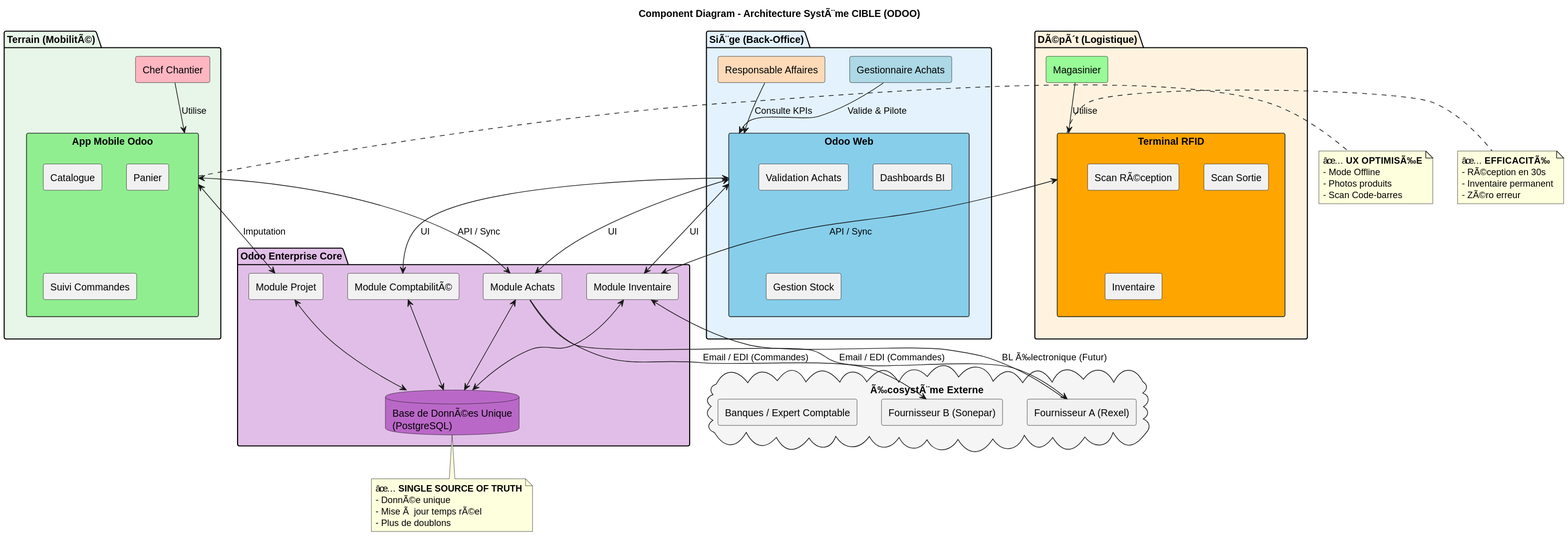
The PlantUML diagram Dossier_Travail/Services/Achats-Logistique/uml/svg/Component_Architecture_CIBLE.svg in JordanSerafini/Audit_Duret, before a commit. Source of this version:
```plantuml
@startuml
title Component Diagram - Architecture SystÃ¨me CIBLE (ODOO)

skinparam componentStyle rectangle

package "Terrain (MobilitÃ©)" #E8F5E9 {
  [Chef Chantier] as Marc #FFB6C1
  component "App Mobile Odoo" as AppMobile #90EE90 {
    [Catalogue]
    [Panier]
    [Suivi Commandes]
  }

  Marc --> AppMobile : Utilise
}

package "DÃ©pÃ´t (Logistique)" #FFF3E0 {
  [Magasinier] as Eric #98FB98
  component "Terminal RFID" as Scanner #FFA500 {
    [Scan RÃ©ception]
    [Scan Sortie]
    [Inventaire]
  }

  Eric --> Scanner : Utilise
}

package "SiÃ¨ge (Back-Office)" #E3F2FD {
  [Gestionnaire Achats] as Sylvie #ADD8E6
  [Responsable Affaires] as Julien #FFDAB9

  component "Odoo Web" as OdooWeb #87CEEB {
    [Validation Achats]
    [Dashboards BI]
    [Gestion Stock]
  }

  Sylvie --> OdooWeb : Valide & Pilote
  Julien --> OdooWeb : Consulte KPIs
}

package "Odoo Enterprise Core" #E1BEE7 {
  database "Base de DonnÃ©es Unique\n(PostgreSQL)" as DB #BA68C8

  [Module Achats] as ModAchats
  [Module Inventaire] as ModStock
  [Module ComptabilitÃ©] as ModCompta
  [Module Projet] as ModProjet

  ModAchats <--> DB
  ModStock <--> DB
  ModCompta <--> DB
  ModProjet <--> DB
}

cloud "Ã‰cosystÃ¨me Externe" #F5F5F5 {
  [Fournisseur A (Rexel)] as F1
  [Fournisseur B (Sonepar)] as F2
  [Banques / Expert Comptable] as Ext
}

AppMobile <--> ModAchats : API / Sync
AppMobile <--> ModProjet : Imputation
Scanner <--> ModStock : API / Sync
OdooWeb <--> ModAchats : UI
OdooWeb <--> ModStock : UI
OdooWeb <--> ModCompta : UI

ModAchats --> F1 : Email / EDI (Commandes)
ModAchats --> F2 : Email / EDI (Commandes)
F1 --> ModStock : BL Ã‰lectronique (Futur)

note bottom of DB
  âœ… **SINGLE SOURCE OF TRUTH**
  - DonnÃ©e unique
  - Mise Ã  jour temps rÃ©el
  - Plus de doublons
end note

note right of AppMobile
  âœ… **UX OPTIMISÃ‰E**
  - Mode Offline
  - Photos produits
  - Scan Code-barres
end note

note right of Scanner
  âœ… **EFFICACITÃ‰**
  - RÃ©ception en 30s
  - Inventaire permanent
  - ZÃ©ro erreur
end note
@enduml
```
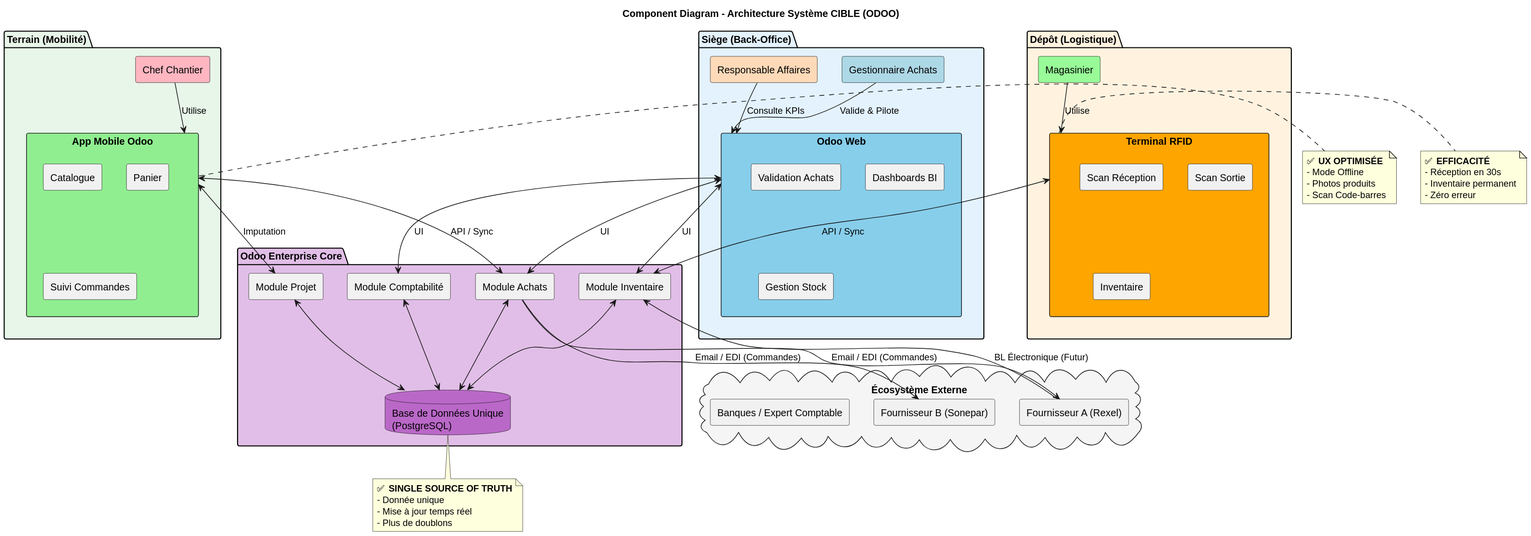
The same file after the commit.

Diff of the diagram source:
```diff
@@ -1,9 +1,9 @@
 @startuml
-title Component Diagram - Architecture SystÃ¨me CIBLE (ODOO)
+title Component Diagram - Architecture Système CIBLE (ODOO)
 
 skinparam componentStyle rectangle
 
-package "Terrain (MobilitÃ©)" #E8F5E9 {
+package "Terrain (Mobilité)" #E8F5E9 {
   [Chef Chantier] as Marc #FFB6C1
   component "App Mobile Odoo" as AppMobile #90EE90 {
     [Catalogue]
@@ -14,10 +14,10 @@
   Marc --> AppMobile : Utilise
 }
 
-package "DÃ©pÃ´t (Logistique)" #FFF3E0 {
+package "Dépôt (Logistique)" #FFF3E0 {
   [Magasinier] as Eric #98FB98
   component "Terminal RFID" as Scanner #FFA500 {
-    [Scan RÃ©ception]
+    [Scan Réception]
     [Scan Sortie]
     [Inventaire]
   }
@@ -25,7 +25,7 @@
   Eric --> Scanner : Utilise
 }
 
-package "SiÃ¨ge (Back-Office)" #E3F2FD {
+package "Siège (Back-Office)" #E3F2FD {
   [Gestionnaire Achats] as Sylvie #ADD8E6
   [Responsable Affaires] as Julien #FFDAB9
 
@@ -40,11 +40,11 @@
 }
 
 package "Odoo Enterprise Core" #E1BEE7 {
-  database "Base de DonnÃ©es Unique\n(PostgreSQL)" as DB #BA68C8
+  database "Base de Données Unique\n(PostgreSQL)" as DB #BA68C8
 
   [Module Achats] as ModAchats
   [Module Inventaire] as ModStock
-  [Module ComptabilitÃ©] as ModCompta
+  [Module Comptabilité] as ModCompta
   [Module Projet] as ModProjet
 
   ModAchats <--> DB
@@ -53,7 +53,7 @@
   ModProjet <--> DB
 }
 
-cloud "Ã‰cosystÃ¨me Externe" #F5F5F5 {
+cloud "Écosystème Externe" #F5F5F5 {
   [Fournisseur A (Rexel)] as F1
   [Fournisseur B (Sonepar)] as F2
   [Banques / Expert Comptable] as Ext
@@ -68,26 +68,26 @@
 
 ModAchats --> F1 : Email / EDI (Commandes)
 ModAchats --> F2 : Email / EDI (Commandes)
-F1 --> ModStock : BL Ã‰lectronique (Futur)
+F1 --> ModStock : BL Électronique (Futur)
 
 note bottom of DB
-  âœ… **SINGLE SOURCE OF TRUTH**
-  - DonnÃ©e unique
-  - Mise Ã  jour temps rÃ©el
+  ✅ **SINGLE SOURCE OF TRUTH**
+  - Donnée unique
+  - Mise à jour temps réel
   - Plus de doublons
 end note
 
 note right of AppMobile
-  âœ… **UX OPTIMISÃ‰E**
+  ✅ **UX OPTIMISÉE**
   - Mode Offline
   - Photos produits
   - Scan Code-barres
 end note
 
 note right of Scanner
-  âœ… **EFFICACITÃ‰**
-  - RÃ©ception en 30s
+  ✅ **EFFICACITÉ**
+  - Réception en 30s
   - Inventaire permanent
-  - ZÃ©ro erreur
+  - Zéro erreur
 end note
 @enduml
```
